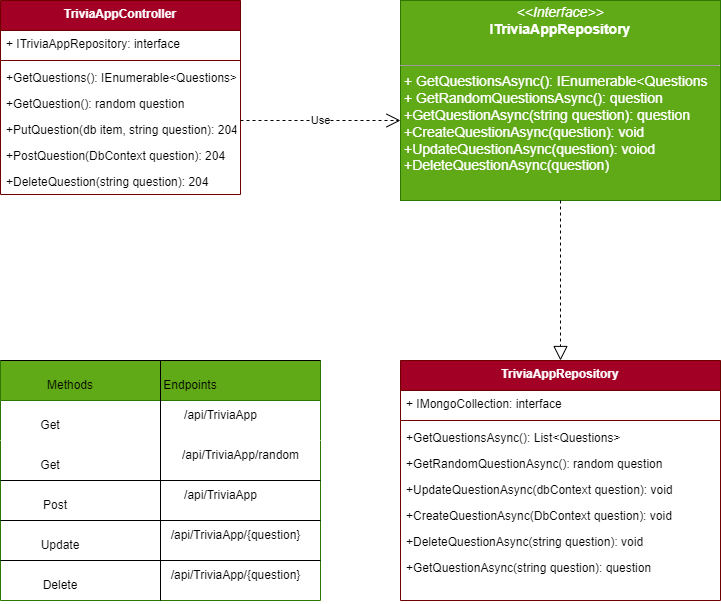
Above: trivia-app.drawio.png in tsxepo-web/TriviaApp (draw.io), before the change. Source tidied: cells renumbered, new cells last; positions are measured from the earlier drawing's top-left corner, leaving out a move shared by most shapes.
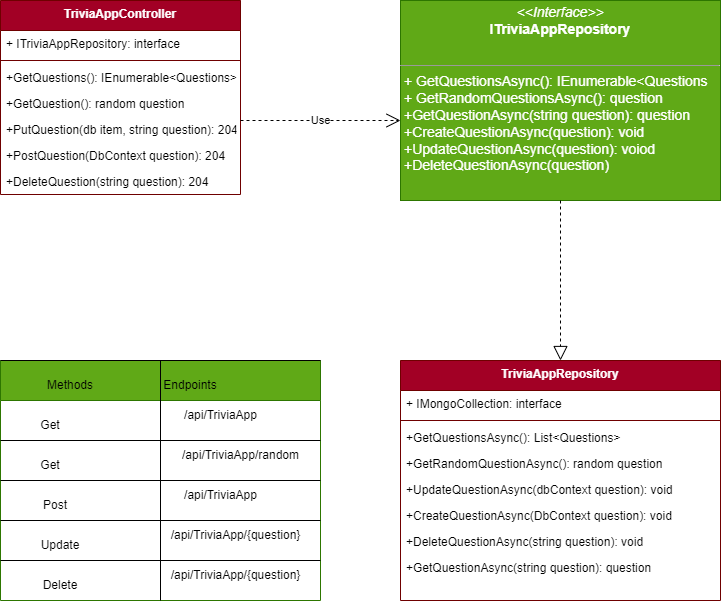
The same diagram one commit later.

Change to the diagram source:
```diff
@@ -1,4 +1,4 @@
-<mxGraphModel>
+<mxGraphModel background="#ffffff">
   <root>
     <mxCell id="0" />
     <mxCell id="1" parent="0" />
@@ -118,15 +118,15 @@
     <mxCell id="36" value="/api/TriviaApp/{question}" style="text;html=1;align=center;verticalAlign=middle;strokeColor=none;fillColor=none;" parent="22" vertex="1">
       <mxGeometry x="160" y="200" width="150" height="30" as="geometry" />
     </mxCell>
-    <mxCell id="37" style="endArrow=none;html=1;exitX=1;exitY=0.5;exitDx=0;exitDy=0;strokeColor=#FFFFFF;" parent="22" edge="1">
-      <mxGeometry relative="1" as="geometry">
-        <mxPoint x="320" y="80" as="sourcePoint" />
-        <mxPoint y="80" as="targetPoint" />
-      </mxGeometry>
-    </mxCell>
     <mxCell id="38" value="/api/TriviaApp" style="text;html=1;align=center;verticalAlign=middle;strokeColor=none;fillColor=none;" parent="22" vertex="1">
       <mxGeometry x="170" y="40" width="100" height="30" as="geometry" />
     </mxCell>
+    <mxCell id="42" style="endArrow=none;html=1;exitX=1;exitY=0.5;exitDx=0;exitDy=0;" parent="22" edge="1">
+      <mxGeometry relative="1" as="geometry">
+        <mxPoint x="320" y="80" as="sourcePoint" />
+        <mxPoint y="80" as="targetPoint" />
+      </mxGeometry>
+    </mxCell>
     <mxCell id="39" style="endArrow=none;html=1;" parent="1" edge="1">
       <mxGeometry relative="1" as="geometry">
         <mxPoint x="320" y="360" as="sourcePoint" />
```
